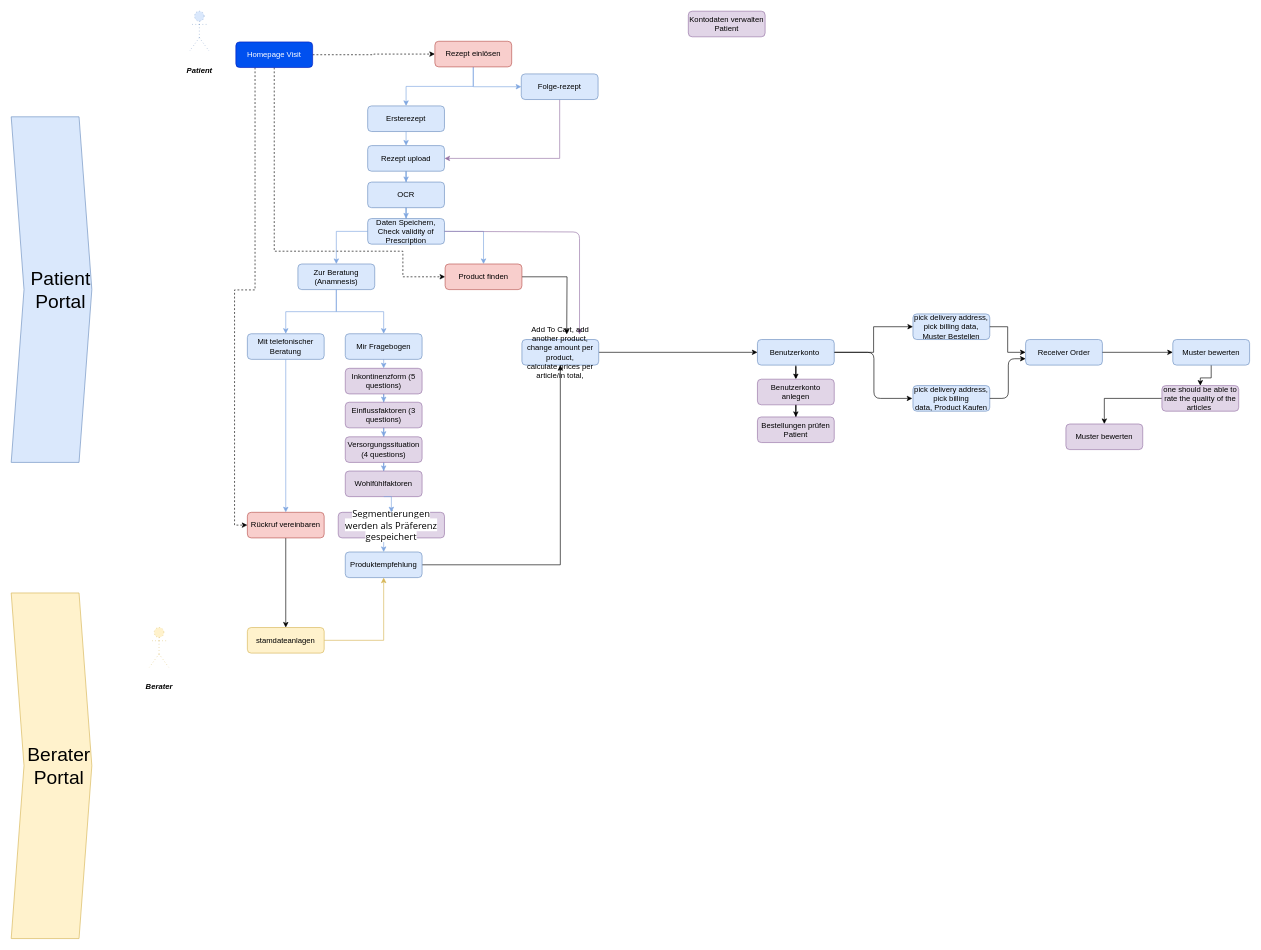
This is Untitled Diagram.drawio from Fredabb/MediMark-roadmap, a draw.io file, before an edit. Source tidied: cells renumbered, new cells numbered last; positions are measured from the earlier drawing's top-left corner, leaving out a move shared by most shapes. Both pictures are drawn from the tidied source at 64%, with x=0, y=0 at pixel (11, 11).
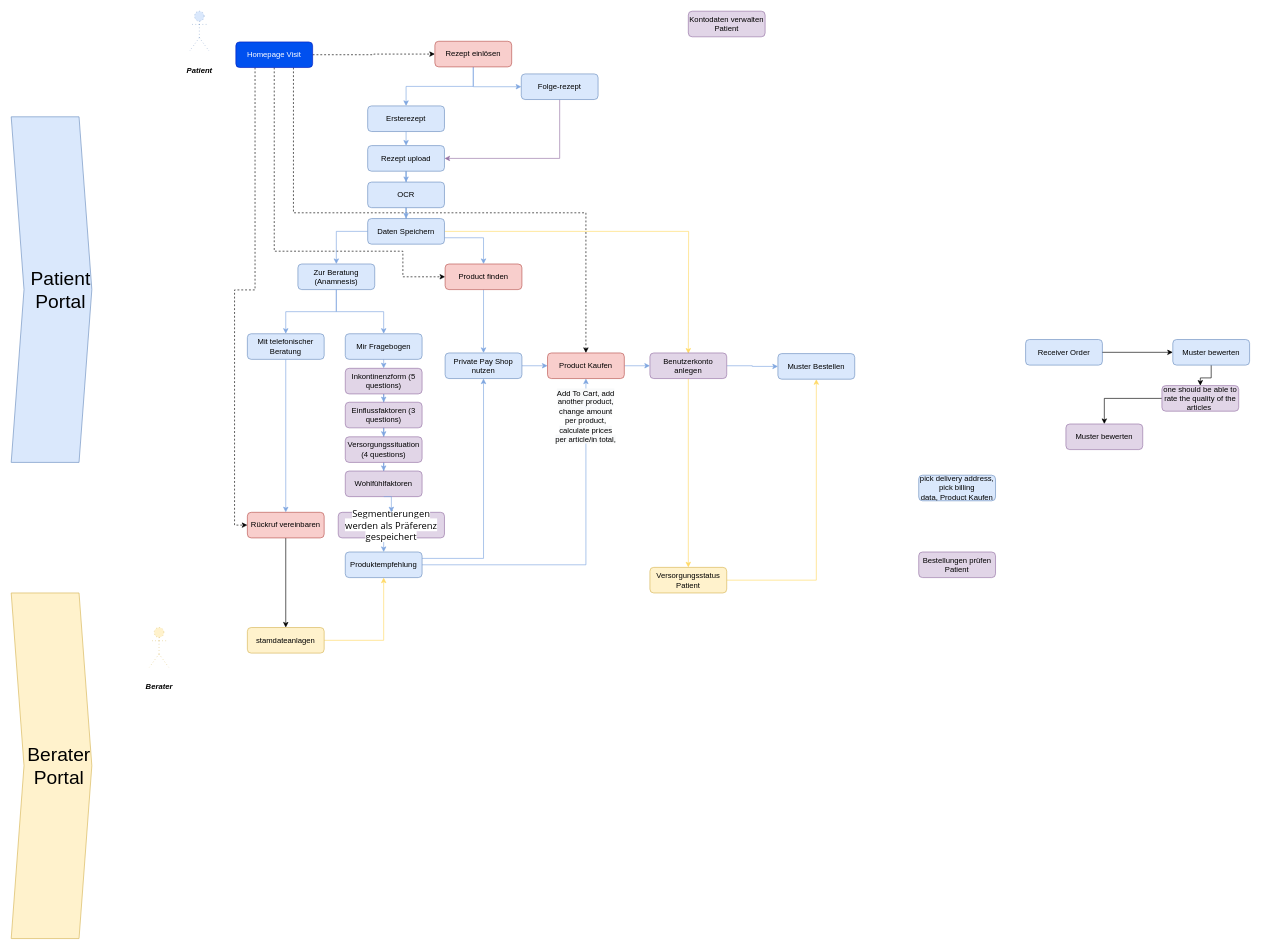
The same page after the edit.

The change refers to these unchanged cells:
```xml
<mxCell id="5" value="Homepage Visit" style="rounded=1;whiteSpace=wrap;html=1;fontSize=12;glass=0;strokeWidth=1;shadow=0;fillColor=#0050ef;strokeColor=#001DBC;fontColor=#ffffff;" parent="1" vertex="1">
  <mxGeometry x="351" y="48" width="120" height="40" as="geometry" />
</mxCell>
<mxCell id="22" value="Produktempfehlung" style="rounded=1;whiteSpace=wrap;html=1;fontSize=12;glass=0;strokeWidth=1;shadow=0;fillColor=#dae8fc;strokeColor=#6c8ebf;" parent="1" vertex="1">
  <mxGeometry x="522" y="845" width="120" height="40" as="geometry" />
</mxCell>
<mxCell id="36" value="Product finden" style="rounded=1;whiteSpace=wrap;html=1;fontSize=12;glass=0;strokeWidth=1;shadow=0;fillColor=#f8cecc;strokeColor=#b85450;" parent="1" vertex="1">
  <mxGeometry x="678" y="395" width="120" height="40" as="geometry" />
</mxCell>
<mxCell id="38" value="stamdateanlagen" style="rounded=1;whiteSpace=wrap;html=1;fontSize=12;glass=0;strokeWidth=1;shadow=0;fillColor=#fff2cc;strokeColor=#d6b656;" parent="1" vertex="1">
  <mxGeometry x="369" y="963" width="120" height="40" as="geometry" />
</mxCell>
<mxCell id="40" value="Receiver Order" style="rounded=1;whiteSpace=wrap;html=1;fontSize=12;glass=0;strokeWidth=1;shadow=0;fillColor=#dae8fc;strokeColor=#6c8ebf;" parent="1" vertex="1">
  <mxGeometry x="1585" y="513" width="120" height="40" as="geometry" />
</mxCell>
```

The edit, as a diff of the source:
```diff
@@
+    <mxCell id="71" style="edgeStyle=orthogonalEdgeStyle;rounded=0;jettySize=auto;html=1;exitX=0.75;exitY=1;exitDx=0;exitDy=0;entryX=0.5;entryY=0;entryDx=0;entryDy=0;dashed=1;" parent="1" edge="1" source="5" target="60">
+      <mxGeometry relative="1" as="geometry">
+        <Array as="points">
+          <mxPoint x="441" y="315" />
+          <mxPoint x="898" y="315" />
+        </Array>
+      </mxGeometry>
+    </mxCell>
@@
+    <mxCell id="72" style="edgeStyle=orthogonalEdgeStyle;rounded=0;jettySize=auto;html=1;exitX=1;exitY=0.25;exitDx=0;exitDy=0;entryX=0.5;entryY=1;entryDx=0;entryDy=0;strokeColor=#7EA6E0;" parent="1" edge="1" source="22" target="82">
+      <mxGeometry relative="1" as="geometry" />
+    </mxCell>
-    <mxCell id="21" style="edgeStyle=orthogonalEdgeStyle;rounded=0;jettySize=auto;html=1;exitX=1;exitY=0.5;exitDx=0;exitDy=0;entryX=0.5;entryY=1;entryDx=0;entryDy=0;" parent="1" edge="1" source="22" target="60">
+    <mxCell id="21" style="edgeStyle=orthogonalEdgeStyle;rounded=0;jettySize=auto;html=1;exitX=1;exitY=0.5;exitDx=0;exitDy=0;strokeColor=#7EA6E0;" parent="1" edge="1" source="22" target="60">
       <mxGeometry relative="1" as="geometry" />
     </mxCell>
@@
+    <mxCell id="73" style="edgeStyle=orthogonalEdgeStyle;rounded=0;jettySize=auto;html=1;exitX=1;exitY=0.5;exitDx=0;exitDy=0;strokeColor=#FFD966;" parent="1" edge="1" source="30">
+      <mxGeometry relative="1" as="geometry">
+        <mxPoint x="1058" y="535" as="targetPoint" />
+      </mxGeometry>
+    </mxCell>
-    <mxCell id="29" style="edgeStyle=orthogonalEdgeStyle;rounded=0;jettySize=auto;html=1;exitX=1;exitY=0.5;exitDx=0;exitDy=0;entryX=0.5;entryY=0;entryDx=0;entryDy=0;strokeColor=#7EA6E0;" parent="1" edge="1" source="30" target="36">
+    <mxCell id="29" style="edgeStyle=orthogonalEdgeStyle;rounded=0;jettySize=auto;html=1;exitX=1;exitY=0.75;exitDx=0;exitDy=0;entryX=0.5;entryY=0;entryDx=0;entryDy=0;strokeColor=#7EA6E0;" parent="1" edge="1" source="30" target="36">
       <mxGeometry relative="1" as="geometry" />
     </mxCell>
-    <mxCell id="30" value="Daten Speichern, Check validity of Prescription" style="rounded=1;whiteSpace=wrap;html=1;fontSize=12;glass=0;strokeWidth=1;shadow=0;fillColor=#dae8fc;strokeColor=#6c8ebf;" parent="1" vertex="1">
+    <mxCell id="30" value="Daten Speichern" style="rounded=1;whiteSpace=wrap;html=1;fontSize=12;glass=0;strokeWidth=1;shadow=0;fillColor=#dae8fc;strokeColor=#6c8ebf;" parent="1" vertex="1">
       <mxGeometry x="557" y="324" width="120" height="40" as="geometry" />
     </mxCell>
@@
-    <mxCell id="35" style="edgeStyle=orthogonalEdgeStyle;rounded=0;jettySize=auto;html=1;exitX=1;exitY=0.5;exitDx=0;exitDy=0;" parent="1" edge="1" source="36">
-      <mxGeometry relative="1" as="geometry">
-        <mxPoint x="868" y="505" as="targetPoint" />
-      </mxGeometry>
-    </mxCell>
+    <mxCell id="74" style="edgeStyle=orthogonalEdgeStyle;rounded=0;jettySize=auto;html=1;exitX=0.5;exitY=1;exitDx=0;exitDy=0;entryX=0.5;entryY=0;entryDx=0;entryDy=0;strokeColor=#7EA6E0;" parent="1" edge="1" source="36" target="82">
+      <mxGeometry relative="1" as="geometry" />
+    </mxCell>
@@
-    <mxCell id="37" style="edgeStyle=orthogonalEdgeStyle;rounded=0;jettySize=auto;html=1;exitX=1;exitY=0.5;exitDx=0;exitDy=0;entryX=0.5;entryY=1;entryDx=0;entryDy=0;strokeColor=#d6b656;fontSize=30;fillColor=#fff2cc;" parent="1" edge="1" source="38" target="22">
+    <mxCell id="37" style="edgeStyle=orthogonalEdgeStyle;rounded=0;jettySize=auto;html=1;exitX=1;exitY=0.5;exitDx=0;exitDy=0;entryX=0.5;entryY=1;entryDx=0;entryDy=0;fontSize=30;fillColor=#fff2cc;strokeColor=#FFD966;" parent="1" edge="1" source="38" target="22">
       <mxGeometry relative="1" as="geometry" />
     </mxCell>
@@
-    <mxCell id="39" value="pick delivery address,&lt;br&gt;pick billing data, Muster Bestellen" style="rounded=1;whiteSpace=wrap;html=1;fontSize=12;glass=0;strokeWidth=1;shadow=0;fillColor=#dae8fc;strokeColor=#6c8ebf;" parent="1" vertex="1">
-      <mxGeometry x="1409" y="473" width="120" height="40" as="geometry" />
-    </mxCell>
@@
-    <mxCell id="41" style="edgeStyle=orthogonalEdgeStyle;rounded=0;jettySize=auto;html=1;strokeColor=#000000;fontSize=30;" parent="1" edge="1" source="43" target="56">
-      <mxGeometry relative="1" as="geometry" />
-    </mxCell>
-    <mxCell id="42" style="edgeStyle=orthogonalEdgeStyle;rounded=0;jettySize=auto;html=1;exitX=1;exitY=0.5;exitDx=0;exitDy=0;entryX=0;entryY=0.5;entryDx=0;entryDy=0;" parent="1" edge="1" source="43" target="39">
-      <mxGeometry relative="1" as="geometry" />
-    </mxCell>
-    <mxCell id="43" value="Benutzerkonto&amp;nbsp;" style="rounded=1;whiteSpace=wrap;html=1;fontSize=12;glass=0;strokeWidth=1;shadow=0;fillColor=#dae8fc;strokeColor=#6c8ebf;" parent="1" vertex="1">
-      <mxGeometry x="1166" y="513" width="120" height="40" as="geometry" />
-    </mxCell>
@@
-    <mxCell id="55" style="edgeStyle=orthogonalEdgeStyle;rounded=0;jettySize=auto;html=1;strokeColor=#000000;fontSize=30;" parent="1" edge="1" source="56" target="57">
-      <mxGeometry relative="1" as="geometry" />
-    </mxCell>
+    <mxCell id="75" style="edgeStyle=orthogonalEdgeStyle;rounded=0;jettySize=auto;html=1;exitX=0.5;exitY=1;exitDx=0;exitDy=0;entryX=0.5;entryY=0;entryDx=0;entryDy=0;strokeColor=#FFD966;" parent="1" edge="1" source="56" target="79">
+      <mxGeometry relative="1" as="geometry" />
+    </mxCell>
+    <mxCell id="76" style="edgeStyle=orthogonalEdgeStyle;rounded=0;jettySize=auto;html=1;exitX=1;exitY=0.5;exitDx=0;exitDy=0;entryX=0;entryY=0.5;entryDx=0;entryDy=0;strokeColor=#7EA6E0;" parent="1" edge="1" source="56" target="80">
+      <mxGeometry relative="1" as="geometry" />
+    </mxCell>
     <mxCell id="56" value="Benutzerkonto anlegen" style="rounded=1;whiteSpace=wrap;html=1;fontSize=12;glass=0;strokeWidth=1;shadow=0;fillColor=#e1d5e7;strokeColor=#9673a6;" parent="1" vertex="1">
-      <mxGeometry x="1166" y="575" width="120" height="40" as="geometry" />
+      <mxGeometry x="998" y="534" width="120" height="40" as="geometry" />
     </mxCell>
-    <mxCell id="57" value="Bestellungen prüfen Patient" style="rounded=1;whiteSpace=wrap;html=1;fontSize=12;glass=0;strokeWidth=1;shadow=0;fillColor=#e1d5e7;strokeColor=#9673a6;" parent="1" vertex="1">
-      <mxGeometry x="1166" y="634" width="120" height="40" as="geometry" />
-    </mxCell>
-    <mxCell id="58" style="endArrow=classic;html=1;fillColor=#e1d5e7;exitX=1;exitY=0.5;exitDx=0;exitDy=0;strokeColor=#9673a6;" parent="1" edge="1" source="30">
-      <mxGeometry relative="1" as="geometry">
-        <mxPoint x="888" y="505" as="targetPoint" />
-        <Array as="points">
-          <mxPoint x="888" y="345" />
-        </Array>
-      </mxGeometry>
-    </mxCell>
-    <mxCell id="59" style="edgeStyle=orthogonalEdgeStyle;rounded=0;jettySize=auto;html=1;exitX=1;exitY=0.5;exitDx=0;exitDy=0;entryX=0;entryY=0.5;entryDx=0;entryDy=0;" parent="1" edge="1" source="60" target="43">
-      <mxGeometry relative="1" as="geometry" />
-    </mxCell>
+    <mxCell id="77" style="edgeStyle=orthogonalEdgeStyle;rounded=0;jettySize=auto;html=1;exitX=1;exitY=0.5;exitDx=0;exitDy=0;entryX=0;entryY=0.5;entryDx=0;entryDy=0;strokeColor=#7EA6E0;" parent="1" edge="1" source="60" target="56">
+      <mxGeometry relative="1" as="geometry" />
+    </mxCell>
-    <mxCell id="60" value="Add To Cart, add another product, change amount per product,&lt;br&gt;calculate prices per article/in total," style="rounded=1;whiteSpace=wrap;html=1;fontSize=12;glass=0;strokeWidth=1;shadow=0;fillColor=#dae8fc;strokeColor=#6c8ebf;" parent="1" vertex="1">
-      <mxGeometry x="798" y="513" width="120" height="40" as="geometry" />
+    <mxCell id="60" value="Product Kaufen" style="rounded=1;whiteSpace=wrap;html=1;fontSize=12;glass=0;strokeWidth=1;shadow=0;fillColor=#f8cecc;strokeColor=#b85450;" parent="1" vertex="1">
+      <mxGeometry x="838" y="534" width="120" height="40" as="geometry" />
     </mxCell>
@@
-    <mxCell id="64" style="edgeStyle=orthogonalEdgeStyle;rounded=0;jettySize=auto;html=1;exitX=1;exitY=0.5;exitDx=0;exitDy=0;entryX=0;entryY=0.5;entryDx=0;entryDy=0;" parent="1" edge="1" source="39" target="40">
-      <mxGeometry relative="1" as="geometry" />
-    </mxCell>
@@
+    <mxCell id="78" style="edgeStyle=orthogonalEdgeStyle;rounded=0;jettySize=auto;html=1;exitX=1;exitY=0.5;exitDx=0;exitDy=0;entryX=0.5;entryY=1;entryDx=0;entryDy=0;strokeColor=#FFD966;" parent="1" edge="1" source="79" target="80">
+      <mxGeometry relative="1" as="geometry" />
+    </mxCell>
+    <mxCell id="79" value="Versorgungsstatus Patient" style="rounded=1;whiteSpace=wrap;html=1;fontSize=12;glass=0;strokeWidth=1;shadow=0;fillColor=#fff2cc;strokeColor=#d6b656;" parent="1" vertex="1">
+      <mxGeometry x="998" y="869" width="120" height="40" as="geometry" />
+    </mxCell>
+    <mxCell id="57" value="Bestellungen prüfen Patient" style="rounded=1;whiteSpace=wrap;html=1;fontSize=12;glass=0;strokeWidth=1;shadow=0;fillColor=#e1d5e7;strokeColor=#9673a6;" parent="1" vertex="1">
+      <mxGeometry x="1418" y="845" width="120" height="40" as="geometry" />
+    </mxCell>
     <mxCell id="68" value="&lt;span&gt;pick delivery address,&lt;/span&gt;&lt;br&gt;&lt;span&gt;pick billing data,&amp;nbsp;Product Kaufen&lt;/span&gt;" style="rounded=1;whiteSpace=wrap;html=1;fontSize=12;glass=0;strokeWidth=1;shadow=0;fillColor=#dae8fc;strokeColor=#6c8ebf;" parent="1" vertex="1">
-      <mxGeometry x="1409" y="585" width="120" height="40" as="geometry" />
+      <mxGeometry x="1418" y="725" width="120" height="40" as="geometry" />
     </mxCell>
-    <mxCell id="69" style="endArrow=classic;html=1;exitX=1;exitY=0.5;exitDx=0;exitDy=0;" parent="1" edge="1" source="43">
-      <mxGeometry relative="1" as="geometry">
-        <mxPoint x="1408" y="605" as="targetPoint" />
-        <Array as="points">
-          <mxPoint x="1348" y="533" />
-          <mxPoint x="1348" y="605" />
-        </Array>
-      </mxGeometry>
-    </mxCell>
-    <mxCell id="70" style="endArrow=classic;html=1;entryX=0;entryY=0.75;entryDx=0;entryDy=0;exitX=1;exitY=0.5;exitDx=0;exitDy=0;" parent="1" edge="1" source="68" target="40">
-      <mxGeometry relative="1" as="geometry">
-        <Array as="points">
-          <mxPoint x="1558" y="605" />
-          <mxPoint x="1558" y="543" />
-        </Array>
-      </mxGeometry>
-    </mxCell>
+    <mxCell id="80" value="Muster Bestellen" style="rounded=1;whiteSpace=wrap;html=1;fontSize=12;glass=0;strokeWidth=1;shadow=0;fillColor=#dae8fc;strokeColor=#6c8ebf;" parent="1" vertex="1">
+      <mxGeometry x="1198" y="535" width="120" height="40" as="geometry" />
+    </mxCell>
+    <mxCell id="81" style="edgeStyle=orthogonalEdgeStyle;rounded=0;jettySize=auto;html=1;exitX=1;exitY=0.5;exitDx=0;exitDy=0;entryX=0;entryY=0.5;entryDx=0;entryDy=0;strokeColor=#7EA6E0;" parent="1" edge="1" source="82" target="60">
+      <mxGeometry relative="1" as="geometry" />
+    </mxCell>
+    <mxCell id="82" value="Private Pay Shop nutzen" style="rounded=1;whiteSpace=wrap;html=1;fontSize=12;glass=0;strokeWidth=1;shadow=0;fillColor=#dae8fc;strokeColor=#6c8ebf;" parent="1" vertex="1">
+      <mxGeometry x="678" y="534" width="120" height="40" as="geometry" />
+    </mxCell>
+    <mxCell id="83" value="&lt;span style=&quot;color: rgb(0 , 0 , 0) ; font-family: &amp;#34;helvetica&amp;#34; ; font-size: 12px ; font-style: normal ; font-weight: 400 ; letter-spacing: normal ; text-indent: 0px ; text-transform: none ; word-spacing: 0px ; background-color: rgb(248 , 249 , 250) ; display: inline ; float: none&quot;&gt;Add To Cart, add another product, change amount per product,&lt;/span&gt;&lt;br style=&quot;color: rgb(0 , 0 , 0) ; font-family: &amp;#34;helvetica&amp;#34; ; font-size: 12px ; font-style: normal ; font-weight: 400 ; letter-spacing: normal ; text-indent: 0px ; text-transform: none ; word-spacing: 0px ; background-color: rgb(248 , 249 , 250)&quot;&gt;&lt;span style=&quot;color: rgb(0 , 0 , 0) ; font-family: &amp;#34;helvetica&amp;#34; ; font-size: 12px ; font-style: normal ; font-weight: 400 ; letter-spacing: normal ; text-indent: 0px ; text-transform: none ; word-spacing: 0px ; background-color: rgb(248 , 249 , 250) ; display: inline ; float: none&quot;&gt;calculate prices per article/in total,&lt;/span&gt;" style="text;whiteSpace=wrap;html=1;align=center;" parent="1" vertex="1">
+      <mxGeometry x="848" y="583" width="100" height="40" as="geometry" />
+    </mxCell>
```
